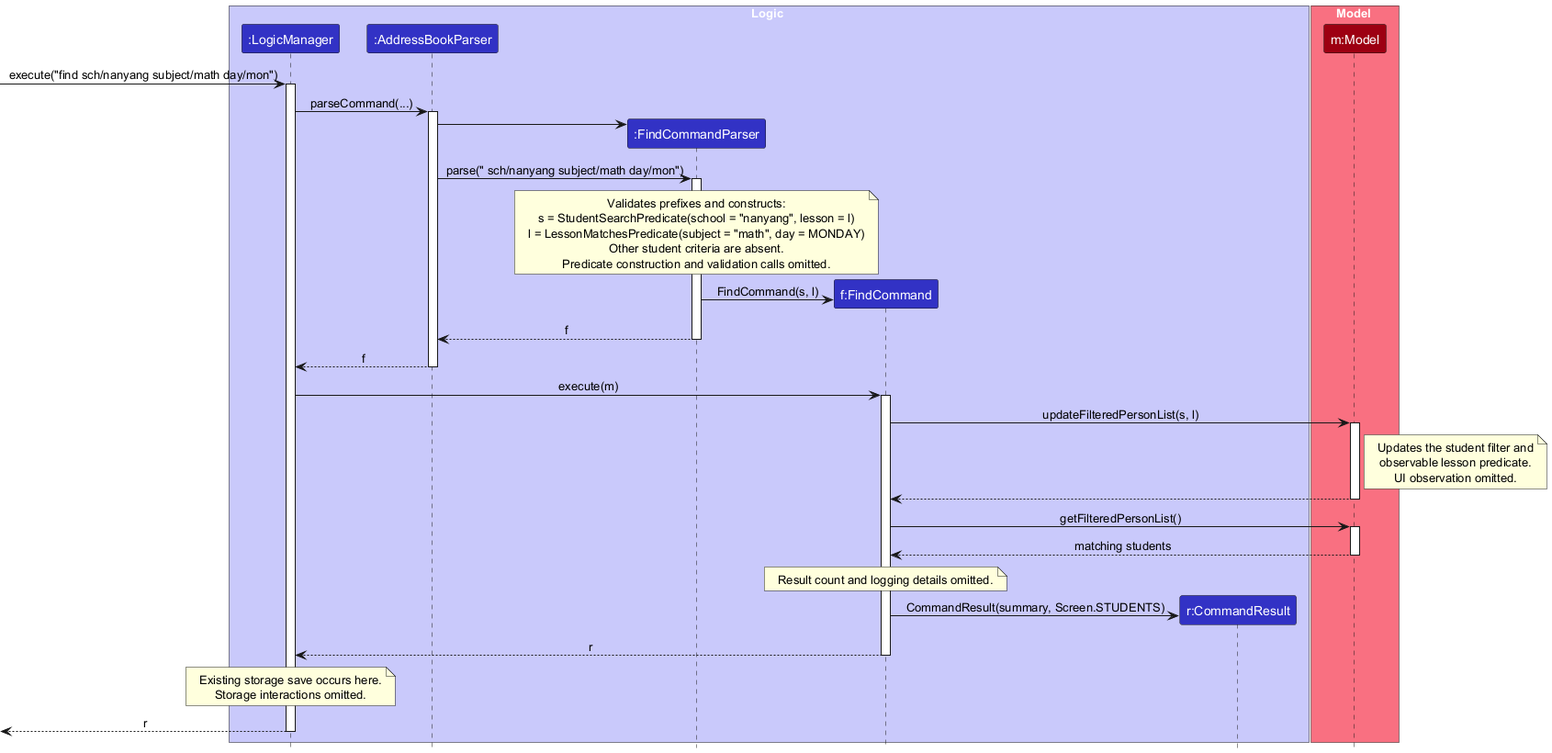
Earlier version of the PlantUML export docs/images/FindSequenceDiagram.png (AY2627S1-CS2103T-F13-4/tp). The source it was exported from:
```plantuml
@startuml
!include style.puml
skinparam ArrowFontStyle plain
skinparam sequenceMessageAlign center
box Logic LOGIC_COLOR_T1
participant ":LogicManager" as LM LOGIC_COLOR
participant ":AddressBookParser" as ABP LOGIC_COLOR
participant ":FindCommandParser" as FP LOGIC_COLOR
participant "f:FindCommand" as F LOGIC_COLOR
participant "r:CommandResult" as R LOGIC_COLOR
end box
box Model MODEL_COLOR_T1
participant "m:Model" as M MODEL_COLOR
end box
[-> LM : execute("find sch/nanyang subject/math day/mon")
activate LM
LM -> ABP : parseCommand(...)
activate ABP
create FP
ABP -> FP
ABP -> FP : parse(" sch/nanyang subject/math day/mon")
activate FP
note over FP
Validates prefixes and constructs:
s = StudentSearchPredicate(school = "nanyang", lesson = l)
l = LessonMatchesPredicate(subject = "math", day = MONDAY)
Other student criteria are absent.
Predicate construction and validation calls omitted.
end note
create F
FP -> F : FindCommand(s, l)
FP --> ABP : f
deactivate FP
ABP --> LM : f
deactivate ABP
LM -> F : execute(m)
activate F
F -> M : updateFilteredPersonList(s, l)
activate M
note right of M
Updates the student filter and
observable lesson predicate.
UI observation omitted.
end note
M --> F
deactivate M
F -> M : getFilteredPersonList()
activate M
M --> F : matching students
deactivate M
note over F
Result count and logging details omitted.
end note
create R
F -> R : CommandResult(summary, Screen.STUDENTS)
F --> LM : r
deactivate F
note over LM
Existing storage save occurs here.
Storage interactions omitted.
end note
[<-- LM : r
deactivate LM
@enduml
```
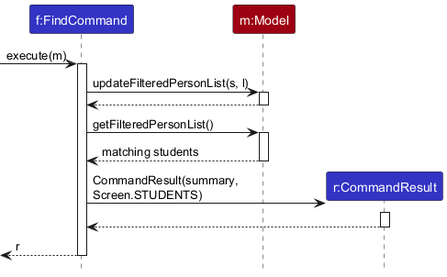
Above is the later version.

Commit message:
Update Find UML Diagram

The edit, as a diff of the source:
```diff
@@ -1,64 +1,33 @@
 @startuml
 !include style.puml
 skinparam ArrowFontStyle plain
-skinparam sequenceMessageAlign center
-box Logic LOGIC_COLOR_T1
-participant ":LogicManager" as LM LOGIC_COLOR
-participant ":AddressBookParser" as ABP LOGIC_COLOR
-participant ":FindCommandParser" as FP LOGIC_COLOR
-participant "f:FindCommand" as F LOGIC_COLOR
-participant "r:CommandResult" as R LOGIC_COLOR
-end box
-box Model MODEL_COLOR_T1
-participant "m:Model" as M MODEL_COLOR
-end box
-[-> LM : execute("find sch/nanyang subject/math day/mon")
-activate LM
-LM -> ABP : parseCommand(...)
-activate ABP
-create FP
-ABP -> FP
-ABP -> FP : parse(" sch/nanyang subject/math day/mon")
-activate FP
-note over FP
-Validates prefixes and constructs:
-s = StudentSearchPredicate(school = "nanyang", lesson = l)
-l = LessonMatchesPredicate(subject = "math", day = MONDAY)
-Other student criteria are absent.
-Predicate construction and validation calls omitted.
-end note
-create F
-FP -> F : FindCommand(s, l)
-FP --> ABP : f
-deactivate FP
-ABP --> LM : f
-deactivate ABP
-LM -> F : execute(m)
-activate F
-F -> M : updateFilteredPersonList(s, l)
-activate M
-note right of M
-Updates the student filter and
-observable lesson predicate.
-UI observation omitted.
-end note
-M --> F
-deactivate M
-F -> M : getFilteredPersonList()
-activate M
-M --> F : matching students
-deactivate M
-note over F
-Result count and logging details omitted.
-end note
-create R
-F -> R : CommandResult(summary, Screen.STUDENTS)
-F --> LM : r
-deactivate F
-note over LM
-Existing storage save occurs here.
-Storage interactions omitted.
-end note
-[<-- LM : r
-deactivate LM
+skinparam sequenceMessageAlign left
+skinparam ParticipantPadding 12
+
+participant "f:FindCommand" as FindCommand LOGIC_COLOR
+participant "m:Model" as Model MODEL_COLOR
+participant "r:CommandResult" as CommandResult LOGIC_COLOR
+
+[-> FindCommand : execute(m)
+activate FindCommand
+
+FindCommand -> Model : updateFilteredPersonList(s, l)
+activate Model
+Model --> FindCommand
+deactivate Model
+
+FindCommand -> Model : getFilteredPersonList()
+activate Model
+Model --> FindCommand : matching students
+deactivate Model
+
+create CommandResult
+FindCommand -> CommandResult : CommandResult(summary,\nScreen.STUDENTS)
+activate CommandResult
+||12||
+CommandResult --> FindCommand
+deactivate CommandResult
+
+[<-- FindCommand : r
+deactivate FindCommand
 @enduml
```
